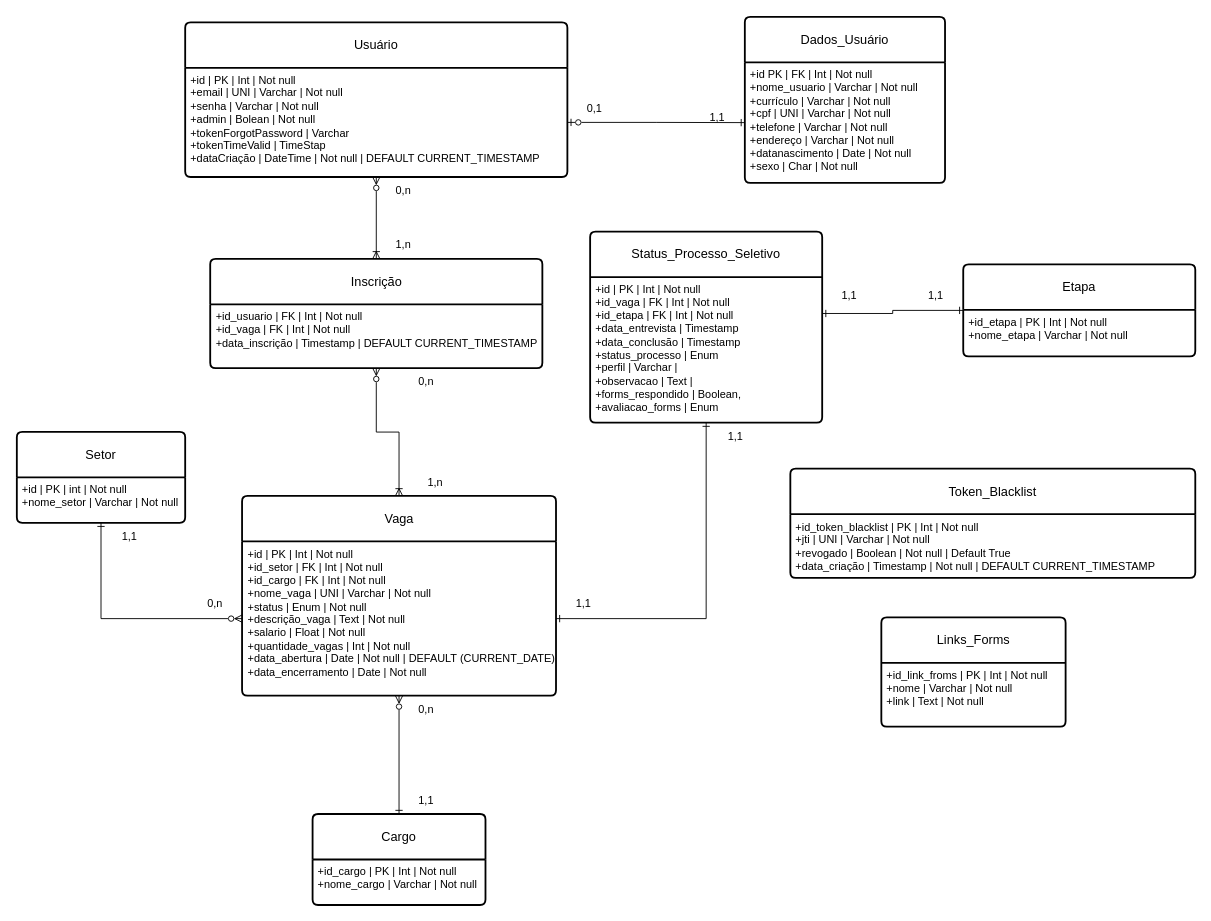
The draw.io diagram Diagrama Modelo Lógico.drawio in ExtraProjects860/Project-Selection-Process-Control, before the edit. Source tidied: cells renumbered, new cells numbered last; positions are measured from the earlier drawing's top-left corner, leaving out a move shared by most shapes. Both pictures are drawn from the tidied source at 91%, with x=0, y=0 at pixel (16, 16).
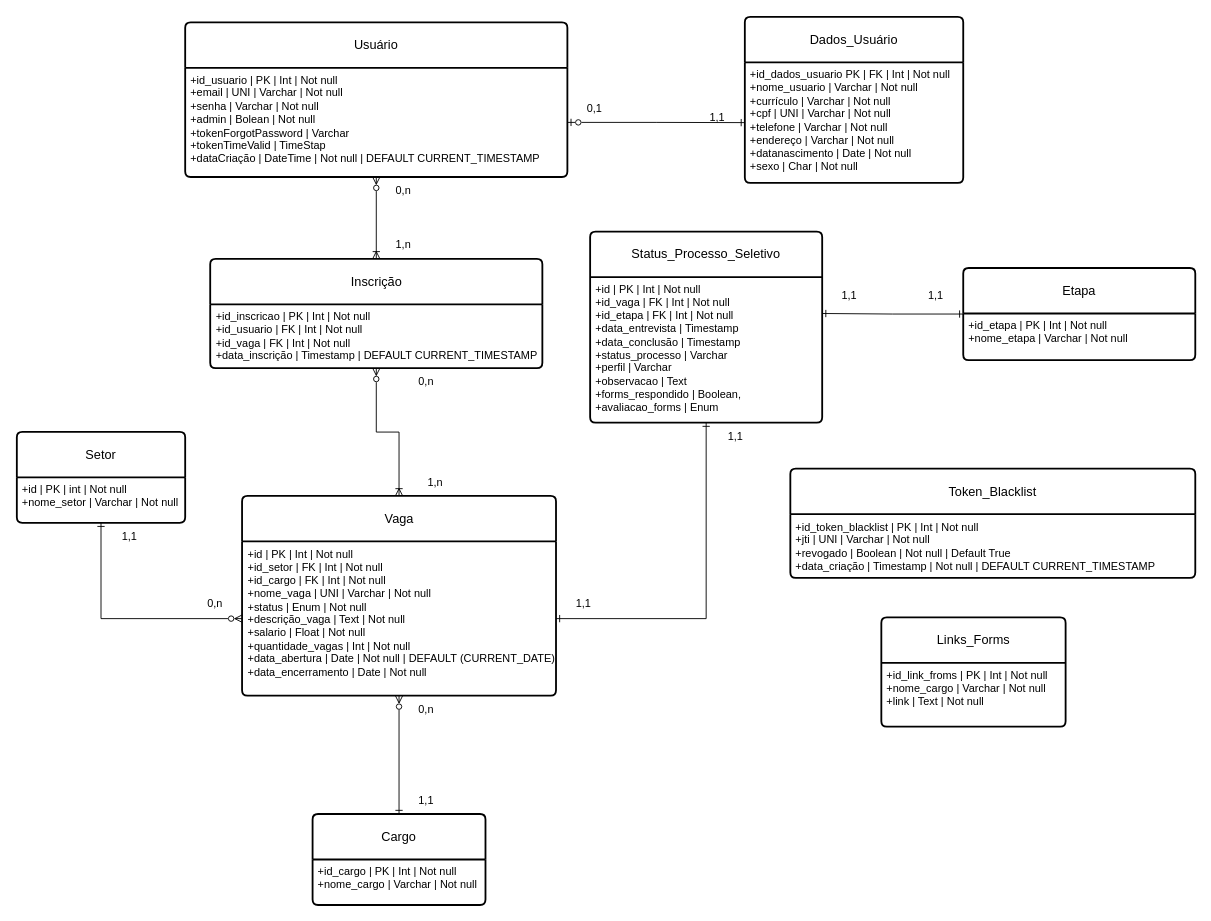
The same page after the edit.

Unchanged cells that the change refers to:
```xml
<mxCell id="2" value="Usuário" style="swimlane;horizontal=1;startSize=50;rounded=1;fontSize=14;fontStyle=0;strokeWidth=2;shadow=0;dashed=0;align=center;arcSize=4;whiteSpace=wrap;html=1;" parent="1" vertex="1">
  <mxGeometry x="185" y="6" width="420" height="170" as="geometry" />
</mxCell>
<mxCell id="8" value="Status_Processo_Seletivo" style="swimlane;horizontal=1;startSize=50;rounded=1;fontSize=14;fontStyle=0;strokeWidth=2;shadow=0;dashed=0;align=center;arcSize=4;whiteSpace=wrap;html=1;" parent="1" vertex="1">
  <mxGeometry x="630" y="236" width="255" height="210" as="geometry" />
</mxCell>
<mxCell id="21" value="Inscrição" style="swimlane;horizontal=1;startSize=50;rounded=1;fontSize=14;fontStyle=0;strokeWidth=2;shadow=0;dashed=0;align=center;arcSize=4;whiteSpace=wrap;html=1;" parent="1" vertex="1">
  <mxGeometry x="212.5" y="266" width="365" height="120" as="geometry" />
</mxCell>
<mxCell id="34" value="Links_Forms" style="swimlane;horizontal=1;startSize=50;rounded=1;fontSize=14;fontStyle=0;strokeWidth=2;shadow=0;dashed=0;align=center;arcSize=4;whiteSpace=wrap;html=1;" parent="1" vertex="1">
  <mxGeometry x="950" y="660" width="202.5" height="120" as="geometry" />
</mxCell>
```

Diff of the diagram source:
```diff
@@
-    <mxCell id="3" value="+id | PK | Int | Not null&lt;br&gt;+email | UNI | Varchar | Not null&lt;br&gt;+senha | Varchar | Not null&lt;div&gt;+admin | Bolean | Not null&lt;/div&gt;&lt;div&gt;+tokenForgotPassword | Varchar&lt;/div&gt;&lt;div&gt;+tokenTimeValid | TimeStap&lt;/div&gt;&lt;div&gt;+dataCriação | DateTime | Not null |&amp;nbsp;DEFAULT CURRENT_TIMESTAMP&lt;/div&gt;" style="align=left;strokeColor=none;fillColor=none;spacingLeft=4;fontSize=12;verticalAlign=top;html=1;" parent="2" vertex="1">
+    <mxCell id="3" value="+id_usuario | PK | Int | Not null&lt;br&gt;+email | UNI | Varchar | Not null&lt;br&gt;+senha | Varchar | Not null&lt;div&gt;+admin | Bolean | Not null&lt;/div&gt;&lt;div&gt;+tokenForgotPassword | Varchar&lt;/div&gt;&lt;div&gt;+tokenTimeValid | TimeStap&lt;/div&gt;&lt;div&gt;+dataCriação | DateTime | Not null |&amp;nbsp;DEFAULT CURRENT_TIMESTAMP&lt;/div&gt;" style="align=left;strokeColor=none;fillColor=none;spacingLeft=4;fontSize=12;verticalAlign=top;html=1;" parent="2" vertex="1">
       <mxGeometry y="50" width="420" height="120" as="geometry" />
     </mxCell>
     <mxCell id="4" value="Dados_Usuário" style="swimlane;horizontal=1;startSize=50;rounded=1;fontSize=14;fontStyle=0;strokeWidth=2;shadow=0;dashed=0;align=center;arcSize=4;whiteSpace=wrap;html=1;" parent="1" vertex="1">
-      <mxGeometry x="800" width="220" height="182.5" as="geometry" />
+      <mxGeometry x="800" width="240" height="182.5" as="geometry" />
     </mxCell>
-    <mxCell id="5" value="&lt;div&gt;+id PK | FK | Int | Not null&lt;/div&gt;+nome_usuario | Varchar | Not null&lt;div&gt;+currículo | Varchar | Not null&lt;br&gt;&lt;div&gt;+cpf | UNI | Varchar | Not null&lt;br&gt;&lt;div&gt;+telefone | Varchar | Not null&lt;/div&gt;&lt;div&gt;+endereço | Varchar | Not null&lt;/div&gt;&lt;div&gt;+datanascimento | Date | Not null&lt;/div&gt;&lt;/div&gt;&lt;div&gt;+sexo | Char | Not null&lt;/div&gt;&lt;/div&gt;" style="align=left;strokeColor=none;fillColor=none;spacingLeft=4;fontSize=12;verticalAlign=top;html=1;" parent="4" vertex="1">
-      <mxGeometry y="50" width="220" height="132.5" as="geometry" />
+    <mxCell id="5" value="&lt;div&gt;+id_dados_usuario PK | FK | Int | Not null&lt;/div&gt;+nome_usuario | Varchar | Not null&lt;div&gt;+currículo | Varchar | Not null&lt;br&gt;&lt;div&gt;+cpf | UNI | Varchar | Not null&lt;br&gt;&lt;div&gt;+telefone | Varchar | Not null&lt;/div&gt;&lt;div&gt;+endereço | Varchar | Not null&lt;/div&gt;&lt;div&gt;+datanascimento | Date | Not null&lt;/div&gt;&lt;/div&gt;&lt;div&gt;+sexo | Char | Not null&lt;/div&gt;&lt;/div&gt;" style="align=left;strokeColor=none;fillColor=none;spacingLeft=4;fontSize=12;verticalAlign=top;html=1;" parent="4" vertex="1">
+      <mxGeometry y="50" width="240" height="132.5" as="geometry" />
     </mxCell>
@@
-    <mxCell id="9" value="+id | PK | Int | Not null&lt;div&gt;+id_vaga&amp;nbsp;&lt;span style=&quot;background-color: initial;&quot;&gt;| FK | Int | Not null&lt;/span&gt;&lt;/div&gt;&lt;div&gt;+id_etapa | FK | Int | Not null&lt;/div&gt;&lt;div&gt;&lt;span style=&quot;background-color: initial;&quot;&gt;+data_entrevista | Timestamp&lt;/span&gt;&lt;/div&gt;&lt;div&gt;&lt;span style=&quot;background-color: initial;&quot;&gt;+data_conclusão | Timestamp&lt;br&gt;&lt;/span&gt;&lt;/div&gt;&lt;div&gt;&lt;span style=&quot;background-color: initial;&quot;&gt;+status_processo | Enum&lt;/span&gt;&lt;/div&gt;&lt;div&gt;+perfil | Varchar |&lt;/div&gt;&lt;div&gt;+observacao | Text |&lt;/div&gt;&lt;div&gt;+forms_respondido | Boolean,&lt;/div&gt;&lt;div&gt;+avaliacao_forms | Enum&lt;/div&gt;" style="align=left;strokeColor=none;fillColor=none;spacingLeft=4;fontSize=12;verticalAlign=top;html=1;" parent="8" vertex="1">
+    <mxCell id="9" value="+id | PK | Int | Not null&lt;div&gt;+id_vaga&amp;nbsp;&lt;span style=&quot;background-color: initial;&quot;&gt;| FK | Int | Not null&lt;/span&gt;&lt;/div&gt;&lt;div&gt;+id_etapa | FK | Int | Not null&lt;/div&gt;&lt;div&gt;&lt;span style=&quot;background-color: initial;&quot;&gt;+data_entrevista | Timestamp&lt;/span&gt;&lt;/div&gt;&lt;div&gt;&lt;span style=&quot;background-color: initial;&quot;&gt;+data_conclusão | Timestamp&lt;br&gt;&lt;/span&gt;&lt;/div&gt;&lt;div&gt;&lt;span style=&quot;background-color: initial;&quot;&gt;+status_processo | Varchar&lt;/span&gt;&lt;/div&gt;&lt;div&gt;+perfil | Varchar&lt;/div&gt;&lt;div&gt;+observacao | Text&lt;/div&gt;&lt;div&gt;+forms_respondido | Boolean,&lt;/div&gt;&lt;div&gt;+avaliacao_forms | Enum&lt;/div&gt;" style="align=left;strokeColor=none;fillColor=none;spacingLeft=4;fontSize=12;verticalAlign=top;html=1;" parent="8" vertex="1">
       <mxGeometry y="50" width="255" height="160" as="geometry" />
     </mxCell>
@@
-    <mxCell id="22" value="+id_usuario | FK | Int | Not null&lt;br&gt;+id_vaga | FK | Int | Not null&lt;br&gt;+data_inscrição | Timestamp | DEFAULT CURRENT_TIMESTAMP" style="align=left;strokeColor=none;fillColor=none;spacingLeft=4;fontSize=12;verticalAlign=top;html=1;" parent="21" vertex="1">
+    <mxCell id="22" value="&lt;div&gt;+id_inscricao | PK | Int | Not null&lt;/div&gt;+id_usuario | FK | Int | Not null&lt;br&gt;+id_vaga | FK | Int | Not null&lt;br&gt;+data_inscrição | Timestamp | DEFAULT CURRENT_TIMESTAMP" style="align=left;strokeColor=none;fillColor=none;spacingLeft=4;fontSize=12;verticalAlign=top;html=1;" parent="21" vertex="1">
       <mxGeometry y="50" width="365" height="70" as="geometry" />
     </mxCell>
@@
     <mxCell id="30" value="Etapa" style="swimlane;horizontal=1;startSize=50;rounded=1;fontSize=14;fontStyle=0;strokeWidth=2;shadow=0;dashed=0;align=center;arcSize=4;whiteSpace=wrap;html=1;" parent="1" vertex="1">
-      <mxGeometry x="1040" y="272" width="255" height="101.2" as="geometry" />
+      <mxGeometry x="1040" y="276" width="255" height="101.2" as="geometry" />
     </mxCell>
@@
-    <mxCell id="35" value="+id_link_froms | PK | Int | Not null&lt;div&gt;+nome | Varchar | Not null&lt;/div&gt;&lt;div&gt;+link | Text | Not null&lt;br&gt;&lt;div&gt;&lt;br&gt;&lt;/div&gt;&lt;/div&gt;" style="align=left;strokeColor=none;fillColor=none;spacingLeft=4;fontSize=12;verticalAlign=top;html=1;" parent="34" vertex="1">
+    <mxCell id="35" value="+id_link_froms | PK | Int | Not null&lt;div&gt;+nome_cargo | Varchar | Not null&lt;/div&gt;&lt;div&gt;+link | Text | Not null&lt;br&gt;&lt;div&gt;&lt;br&gt;&lt;/div&gt;&lt;/div&gt;" style="align=left;strokeColor=none;fillColor=none;spacingLeft=4;fontSize=12;verticalAlign=top;html=1;" parent="34" vertex="1">
       <mxGeometry y="50" width="202.5" height="70" as="geometry" />
     </mxCell>
```
